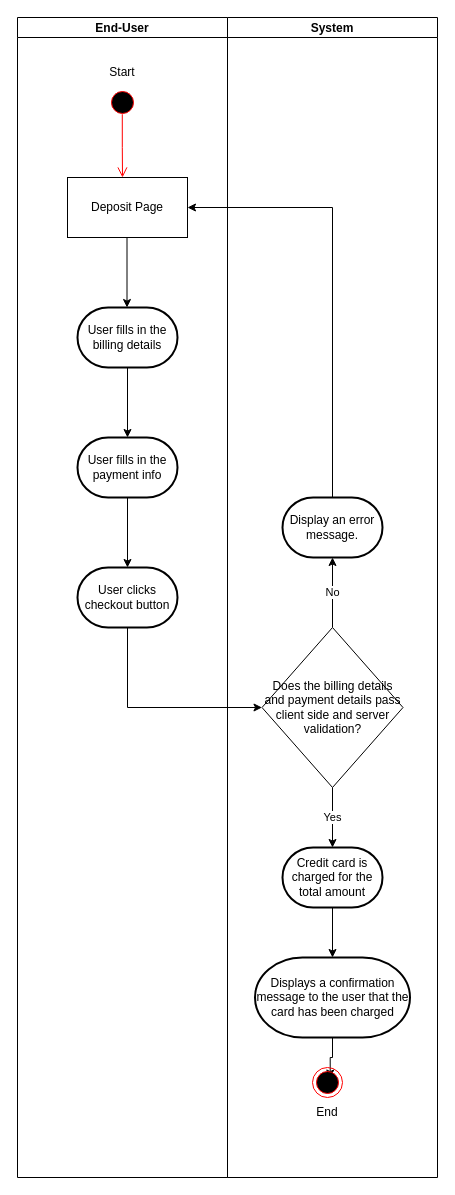
Earlier version of the draw.io diagram Activity_Diagrams/End-User/EndUserDeposit.drawio (Awrmani/AutoQuotes). Source tidied: cells renumbered, new cells numbered last; positions are measured from the earlier drawing's top-left corner, leaving out a move shared by most shapes. Both pictures are drawn from the tidied source at 100%, with x=0, y=0 at pixel (17, 17).
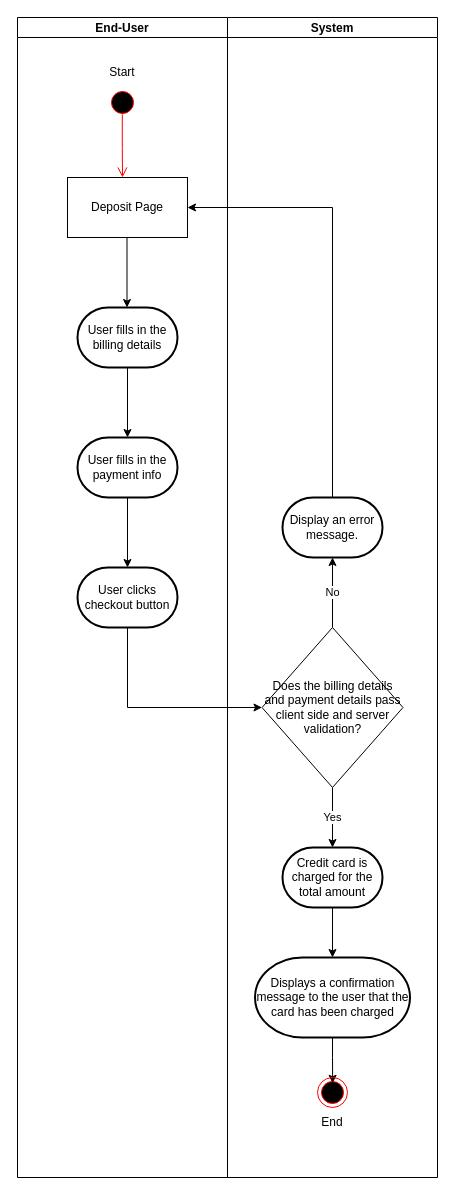
Above is the later version.

Unchanged cells that the change refers to:
```xml
<mxCell id="13" value="System" style="swimlane;startSize=20;" parent="1" vertex="1">
  <mxGeometry x="210" width="210" height="1160" as="geometry" />
</mxCell>
<mxCell id="20" value="Displays a confirmation message to the user that the card has been charged" style="strokeWidth=2;html=1;shape=mxgraph.flowchart.terminator;whiteSpace=wrap;" parent="13" vertex="1">
  <mxGeometry x="27.5" y="940" width="155" height="80" as="geometry" />
</mxCell>
```

The edit, as a diff of the source:
```diff
@@
-    <mxCell id="19" style="edgeStyle=orthogonalEdgeStyle;rounded=0;jettySize=auto;html=1;entryX=0.591;entryY=0.351;entryDx=0;entryDy=0;entryPerimeter=0;" parent="13" edge="1" source="20" target="21">
+    <mxCell id="19" style="edgeStyle=orthogonalEdgeStyle;rounded=0;jettySize=auto;html=1;entryX=0.505;entryY=0.192;entryDx=0;entryDy=0;entryPerimeter=0;" parent="13" edge="1" source="20" target="21">
       <mxGeometry relative="1" as="geometry" />
     </mxCell>
@@
     <mxCell id="21" style="ellipse;html=1;shape=endState;fillColor=#000000;strokeColor=#ff0000;" parent="13" vertex="1">
-      <mxGeometry x="85" y="1050" width="30" height="30" as="geometry" />
+      <mxGeometry x="90" y="1060" width="30" height="30" as="geometry" />
     </mxCell>
     <mxCell id="22" value="End" style="text;html=1;strokeColor=none;fillColor=none;align=center;verticalAlign=middle;whiteSpace=wrap;rounded=0;" parent="13" vertex="1">
-      <mxGeometry x="70" y="1080" width="60" height="30" as="geometry" />
+      <mxGeometry x="75" y="1090" width="60" height="30" as="geometry" />
     </mxCell>
```
